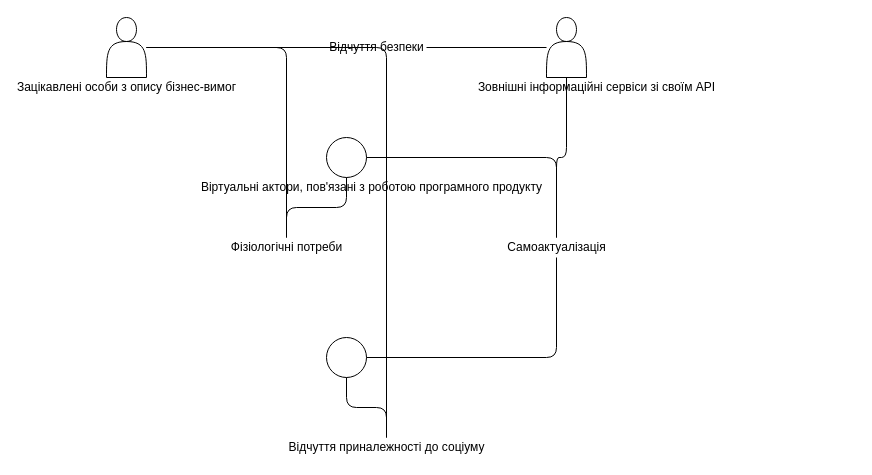
Paradisl/test1 keeps this draw.io diagram as 1-SoftwareRequirements/1.3-SoftwareUserRequirements/1.3.3-UseCaseDiagram/Диаграмма без названия.drawio. Above is the earlier version. Source tidied: cells renumbered, new cells numbered last; positions are measured from the earlier drawing's top-left corner, leaving out a move shared by most shapes. Both pictures are drawn from the tidied source at 100%, with x=0, y=0 at pixel (66, 17).
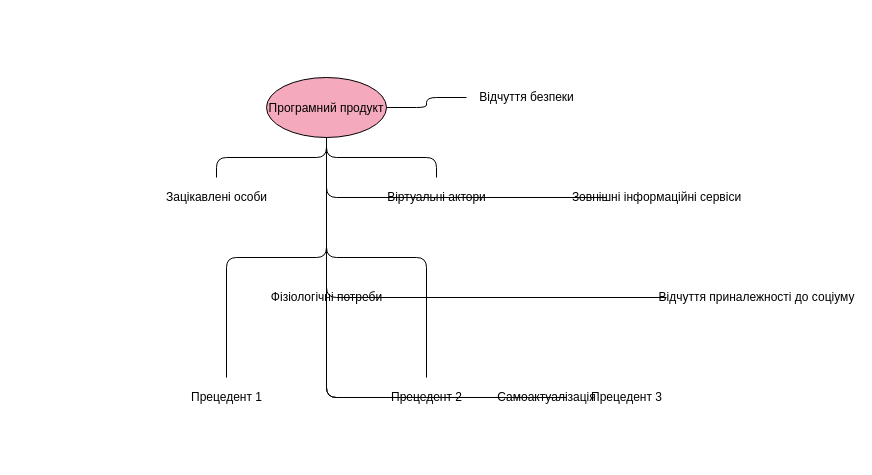
The same diagram, later.

What changed in the source:
```diff
@@
-    <mxCell id="2" style="shape=actor;verticalLabelPosition=bottom;verticalAlign=top;align=center;spacingTop=-20;" parent="1" vertex="1">
-      <mxGeometry x="40" width="40" height="60" as="geometry" />
+    <mxCell id="2" value="Програмний продукт" style="ellipse;shape=ellipse;fillColor=#F5A9BC;" parent="1" vertex="1">
+      <mxGeometry x="200" y="60" width="120" height="60" as="geometry" />
     </mxCell>
-    <mxCell id="3" style="ellipse;shape=ellipse;perimeter=ellipsePerimeter;" parent="1" vertex="1">
-      <mxGeometry x="260" y="120" width="40" height="40" as="geometry" />
+    <mxCell id="3" value="Зацікавлені особи" style="text;html=1;strokeColor=none;fillColor=none;align=center;verticalAlign=middle;" parent="1" vertex="1">
+      <mxGeometry x="100" y="160" width="100" height="40" as="geometry" />
     </mxCell>
-    <mxCell id="4" style="shape=actor;verticalLabelPosition=bottom;verticalAlign=top;align=center;spacingTop=-20;" parent="1" vertex="1">
-      <mxGeometry x="480" width="40" height="60" as="geometry" />
+    <mxCell id="4" value="Віртуальні актори" style="text;html=1;strokeColor=none;fillColor=none;align=center;verticalAlign=middle;" parent="1" vertex="1">
+      <mxGeometry x="320" y="160" width="100" height="40" as="geometry" />
     </mxCell>
-    <mxCell id="5" style="ellipse;shape=ellipse;perimeter=ellipsePerimeter;" parent="1" vertex="1">
-      <mxGeometry x="260" y="320" width="40" height="40" as="geometry" />
+    <mxCell id="5" value="Зовнішні інформаційні сервіси" style="text;html=1;strokeColor=none;fillColor=none;align=center;verticalAlign=middle;" parent="1" vertex="1">
+      <mxGeometry x="540" y="160" width="100" height="40" as="geometry" />
     </mxCell>
-    <mxCell id="6" value="Зацікавлені особи з опису бізнес-вимог" style="text;html=1;strokeColor=none;fillColor=none;align=center;verticalAlign=middle;" parent="1" vertex="1">
-      <mxGeometry y="60" width="120" height="20" as="geometry" />
+    <mxCell id="6" value="Фізіологічні потреби" style="text;html=1;strokeColor=none;fillColor=none;align=center;verticalAlign=middle;" parent="1" vertex="1">
+      <mxGeometry x="200" y="260" width="120" height="40" as="geometry" />
     </mxCell>
-    <mxCell id="7" value="Віртуальні актори, пов'язані з роботою програмного продукту" style="text;html=1;strokeColor=none;fillColor=none;align=center;verticalAlign=middle;" parent="1" vertex="1">
-      <mxGeometry x="180" y="160" width="250" height="20" as="geometry" />
+    <mxCell id="7" value="Відчуття безпеки" style="text;html=1;strokeColor=none;fillColor=none;align=center;verticalAlign=middle;" parent="1" vertex="1">
+      <mxGeometry x="400" y="60" width="120" height="40" as="geometry" />
     </mxCell>
-    <mxCell id="8" value="Зовнішні інформаційні сервіси зі своїм API" style="text;html=1;strokeColor=none;fillColor=none;align=center;verticalAlign=middle;" parent="1" vertex="1">
-      <mxGeometry x="420" y="60" width="220" height="20" as="geometry" />
+    <mxCell id="8" value="Відчуття приналежності до соціуму" style="text;html=1;strokeColor=none;fillColor=none;align=center;verticalAlign=middle;" parent="1" vertex="1">
+      <mxGeometry x="600" y="260" width="180" height="40" as="geometry" />
     </mxCell>
-    <mxCell id="9" value="Фізіологічні потреби" style="text;html=1;strokeColor=none;fillColor=none;align=center;verticalAlign=middle;" parent="1" vertex="1">
-      <mxGeometry x="160" y="220" width="120" height="20" as="geometry" />
+    <mxCell id="9" value="Самоактуалізація" style="text;html=1;strokeColor=none;fillColor=none;align=center;verticalAlign=middle;" parent="1" vertex="1">
+      <mxGeometry x="420" y="360" width="120" height="40" as="geometry" />
     </mxCell>
-    <mxCell id="10" value="Відчуття безпеки" style="text;html=1;strokeColor=none;fillColor=none;align=center;verticalAlign=middle;" parent="1" vertex="1">
-      <mxGeometry x="260" y="20" width="100" height="20" as="geometry" />
+    <mxCell id="10" value="Прецедент 1" style="text;html=1;strokeColor=none;fillColor=none;align=center;verticalAlign=middle;" parent="1" vertex="1">
+      <mxGeometry x="100" y="360" width="120" height="40" as="geometry" />
     </mxCell>
-    <mxCell id="11" value="Відчуття приналежності до соціуму" style="text;html=1;strokeColor=none;fillColor=none;align=center;verticalAlign=middle;" parent="1" vertex="1">
-      <mxGeometry x="260" y="420" width="120" height="20" as="geometry" />
+    <mxCell id="11" value="Прецедент 2" style="text;html=1;strokeColor=none;fillColor=none;align=center;verticalAlign=middle;" parent="1" vertex="1">
+      <mxGeometry x="300" y="360" width="120" height="40" as="geometry" />
     </mxCell>
-    <mxCell id="12" value="Самоактуалізація" style="text;html=1;strokeColor=none;fillColor=none;align=center;verticalAlign=middle;" parent="1" vertex="1">
-      <mxGeometry x="440" y="220" width="100" height="20" as="geometry" />
+    <mxCell id="12" value="Прецедент 3" style="text;html=1;strokeColor=none;fillColor=none;align=center;verticalAlign=middle;" parent="1" vertex="1">
+      <mxGeometry x="500" y="360" width="120" height="40" as="geometry" />
     </mxCell>
-    <mxCell id="13" style="edgeStyle=orthogonalEdgeStyle;endArrow=none;html=1;" parent="1" edge="1" source="2" target="9">
+    <mxCell id="13" style="edgeStyle=orthogonalEdgeStyle;endArrow=none;html=1;" parent="1" edge="1" source="3" target="2">
       <mxGeometry relative="1" as="geometry" />
     </mxCell>
-    <mxCell id="14" style="edgeStyle=orthogonalEdgeStyle;endArrow=none;html=1;" parent="1" edge="1" source="2" target="10">
+    <mxCell id="14" style="edgeStyle=orthogonalEdgeStyle;endArrow=none;html=1;" parent="1" edge="1" source="4" target="2">
       <mxGeometry relative="1" as="geometry" />
     </mxCell>
-    <mxCell id="15" style="edgeStyle=orthogonalEdgeStyle;endArrow=none;html=1;" parent="1" edge="1" source="2" target="11">
+    <mxCell id="15" style="edgeStyle=orthogonalEdgeStyle;endArrow=none;html=1;" parent="1" edge="1" source="5" target="2">
       <mxGeometry relative="1" as="geometry" />
     </mxCell>
-    <mxCell id="16" style="edgeStyle=orthogonalEdgeStyle;endArrow=none;html=1;" parent="1" edge="1" source="3" target="9">
+    <mxCell id="16" style="edgeStyle=orthogonalEdgeStyle;endArrow=none;html=1;" parent="1" edge="1" source="6" target="2">
       <mxGeometry relative="1" as="geometry" />
     </mxCell>
-    <mxCell id="17" style="edgeStyle=orthogonalEdgeStyle;endArrow=none;html=1;" parent="1" edge="1" source="4" target="10">
+    <mxCell id="17" style="edgeStyle=orthogonalEdgeStyle;endArrow=none;html=1;" parent="1" edge="1" source="7" target="2">
       <mxGeometry relative="1" as="geometry" />
     </mxCell>
-    <mxCell id="18" style="edgeStyle=orthogonalEdgeStyle;endArrow=none;html=1;" parent="1" edge="1" source="5" target="11">
+    <mxCell id="18" style="edgeStyle=orthogonalEdgeStyle;endArrow=none;html=1;" parent="1" edge="1" source="8" target="2">
       <mxGeometry relative="1" as="geometry" />
     </mxCell>
-    <mxCell id="19" style="edgeStyle=orthogonalEdgeStyle;endArrow=none;html=1;" parent="1" edge="1" source="4" target="12">
+    <mxCell id="19" style="edgeStyle=orthogonalEdgeStyle;endArrow=none;html=1;" parent="1" edge="1" source="9" target="2">
       <mxGeometry relative="1" as="geometry" />
     </mxCell>
-    <mxCell id="20" style="edgeStyle=orthogonalEdgeStyle;endArrow=none;html=1;" parent="1" edge="1" source="5" target="12">
+    <mxCell id="20" style="edgeStyle=orthogonalEdgeStyle;endArrow=none;html=1;" parent="1" edge="1" source="10" target="2">
       <mxGeometry relative="1" as="geometry" />
     </mxCell>
-    <mxCell id="21" style="edgeStyle=orthogonalEdgeStyle;endArrow=none;html=1;" parent="1" edge="1" source="3" target="12">
+    <mxCell id="21" style="edgeStyle=orthogonalEdgeStyle;endArrow=none;html=1;" parent="1" edge="1" source="11" target="2">
       <mxGeometry relative="1" as="geometry" />
     </mxCell>
+    <mxCell id="22" style="edgeStyle=orthogonalEdgeStyle;endArrow=none;html=1;" parent="1" edge="1" source="12" target="2">
+      <mxGeometry relative="1" as="geometry" />
+    </mxCell>
```
